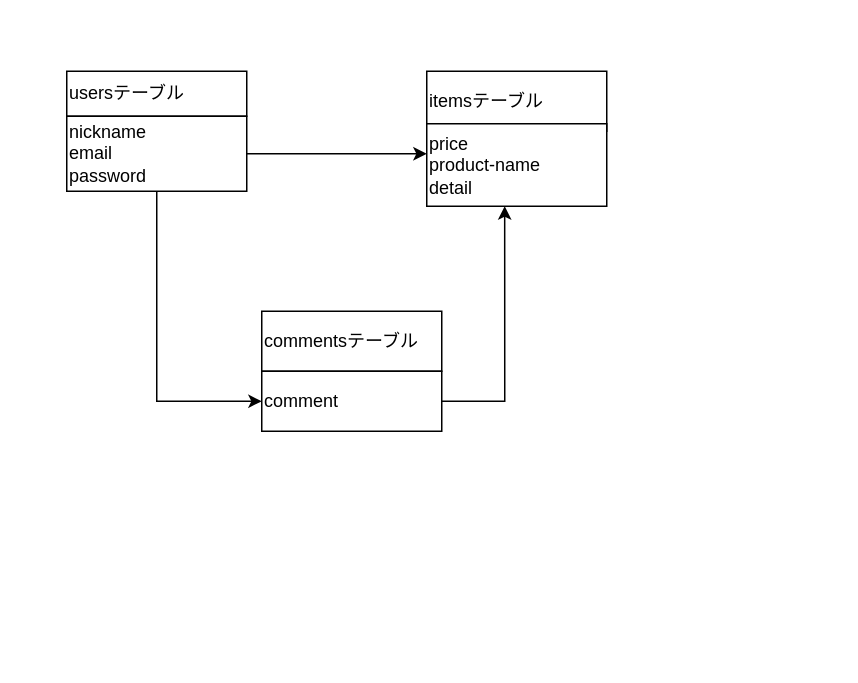
The draw.io diagram sekkei.dio in noguchi-takanori/furima-36054, before the edit. Source tidied: cells renumbered, new cells numbered last; positions are measured from the earlier drawing's top-left corner, leaving out a move shared by most shapes. Both pictures are drawn from the tidied source at 150%, with x=0, y=0 at pixel (66, 70).
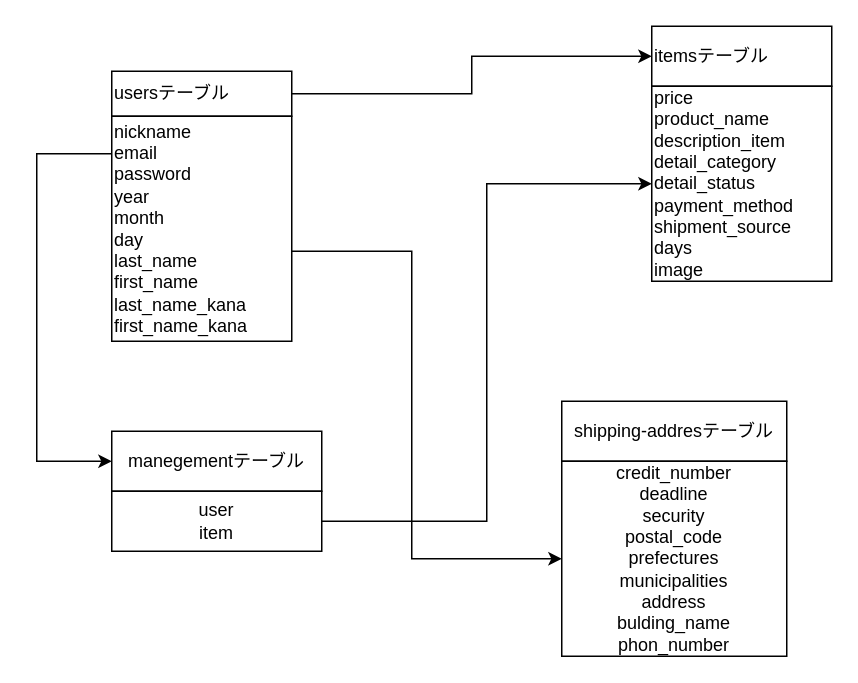
After the change.

Commit message (it also covers changes not shown here):
データベース設計の続き

The edit, as a diff of the source:
```diff
@@
 <mxGraphModel>
   <root>
     <mxCell id="0" />
     <mxCell id="1" parent="0" />
+    <mxCell id="11" style="edgeStyle=orthogonalEdgeStyle;rounded=0;jettySize=auto;html=1;exitX=1;exitY=0.5;exitDx=0;exitDy=0;entryX=0;entryY=0.5;entryDx=0;entryDy=0;" parent="1" edge="1" source="2" target="6">
+      <mxGeometry relative="1" as="geometry" />
+    </mxCell>
     <mxCell id="2" value="usersテーブル" style="rounded=0;whiteSpace=wrap;html=1;align=left;" parent="1" vertex="1">
-      <mxGeometry width="120" height="30" as="geometry" />
+      <mxGeometry x="30" width="120" height="30" as="geometry" />
     </mxCell>
-    <mxCell id="3" style="edgeStyle=orthogonalEdgeStyle;rounded=0;jettySize=auto;html=1;exitX=1;exitY=0.5;exitDx=0;exitDy=0;" parent="1" edge="1" source="5">
-      <mxGeometry relative="1" as="geometry">
-        <mxPoint x="240" y="55" as="targetPoint" />
-      </mxGeometry>
-    </mxCell>
-    <mxCell id="4" style="edgeStyle=orthogonalEdgeStyle;rounded=0;jettySize=auto;html=1;exitX=0.5;exitY=1;exitDx=0;exitDy=0;entryX=0;entryY=0.5;entryDx=0;entryDy=0;" parent="1" edge="1" source="5" target="10">
-      <mxGeometry relative="1" as="geometry" />
+    <mxCell id="4" style="edgeStyle=orthogonalEdgeStyle;rounded=0;jettySize=auto;html=1;entryX=0;entryY=0.5;entryDx=0;entryDy=0;exitX=0;exitY=0.5;exitDx=0;exitDy=0;" parent="1" edge="1" source="5" target="13">
+      <mxGeometry relative="1" as="geometry">
+        <Array as="points">
+          <mxPoint x="30" y="55" />
+          <mxPoint x="-20" y="55" />
+          <mxPoint x="-20" y="260" />
+        </Array>
+      </mxGeometry>
     </mxCell>
+    <mxCell id="12" style="edgeStyle=orthogonalEdgeStyle;rounded=0;jettySize=auto;html=1;exitX=0.5;exitY=1;exitDx=0;exitDy=0;entryX=0;entryY=0.5;entryDx=0;entryDy=0;" parent="1" edge="1" source="5" target="17">
+      <mxGeometry relative="1" as="geometry">
+        <Array as="points">
+          <mxPoint x="90" y="120" />
+          <mxPoint x="230" y="120" />
+          <mxPoint x="230" y="325" />
+        </Array>
+      </mxGeometry>
+    </mxCell>
-    <mxCell id="5" value="nickname&lt;br&gt;email&lt;br&gt;password" style="rounded=0;whiteSpace=wrap;html=1;align=left;" parent="1" vertex="1">
-      <mxGeometry y="30" width="120" height="50" as="geometry" />
+    <mxCell id="5" value="nickname&lt;br&gt;email&lt;br&gt;password&lt;br&gt;year&lt;br&gt;month&lt;br&gt;day&lt;br&gt;last_name&lt;br&gt;first_name&lt;br&gt;last_name_kana&lt;br&gt;first_name_kana" style="rounded=0;whiteSpace=wrap;html=1;align=left;" parent="1" vertex="1">
+      <mxGeometry x="30" y="30" width="120" height="150" as="geometry" />
     </mxCell>
     <mxCell id="6" value="itemsテーブル" style="rounded=0;whiteSpace=wrap;html=1;align=left;" parent="1" vertex="1">
-      <mxGeometry x="240" width="120" height="40" as="geometry" />
+      <mxGeometry x="390" y="-30" width="120" height="40" as="geometry" />
     </mxCell>
-    <mxCell id="7" value="price&lt;br&gt;product-name&lt;br&gt;detail" style="rounded=0;whiteSpace=wrap;html=1;align=left;" parent="1" vertex="1">
-      <mxGeometry x="240" y="35" width="120" height="55" as="geometry" />
+    <mxCell id="7" value="price&lt;br&gt;product_name&lt;br&gt;description_item&lt;br&gt;detail_category&lt;br&gt;detail_status&lt;br&gt;payment_method&lt;br&gt;shipment_source&lt;br&gt;days&lt;br&gt;image" style="rounded=0;whiteSpace=wrap;html=1;align=left;" parent="1" vertex="1">
+      <mxGeometry x="390" y="10" width="120" height="130" as="geometry" />
     </mxCell>
-    <mxCell id="8" value="commentsテーブル" style="rounded=0;whiteSpace=wrap;html=1;align=left;" parent="1" vertex="1">
-      <mxGeometry x="130" y="160" width="120" height="40" as="geometry" />
-    </mxCell>
-    <mxCell id="9" style="edgeStyle=orthogonalEdgeStyle;rounded=0;jettySize=auto;html=1;exitX=1;exitY=0.5;exitDx=0;exitDy=0;entryX=0.433;entryY=1;entryDx=0;entryDy=0;entryPerimeter=0;" parent="1" edge="1" source="10" target="7">
-      <mxGeometry relative="1" as="geometry" />
-    </mxCell>
-    <mxCell id="10" value="comment" style="rounded=0;whiteSpace=wrap;html=1;align=left;" parent="1" vertex="1">
-      <mxGeometry x="130" y="200" width="120" height="40" as="geometry" />
-    </mxCell>
+    <mxCell id="13" value="manegementテーブル" style="rounded=0;whiteSpace=wrap;html=1;" parent="1" vertex="1">
+      <mxGeometry x="30" y="240" width="140" height="40" as="geometry" />
+    </mxCell>
+    <mxCell id="14" style="edgeStyle=orthogonalEdgeStyle;rounded=0;jettySize=auto;html=1;exitX=1;exitY=0.5;exitDx=0;exitDy=0;entryX=0;entryY=0.5;entryDx=0;entryDy=0;" parent="1" edge="1" source="15" target="7">
+      <mxGeometry relative="1" as="geometry" />
+    </mxCell>
+    <mxCell id="15" value="user&lt;br&gt;item" style="rounded=0;whiteSpace=wrap;html=1;" parent="1" vertex="1">
+      <mxGeometry x="30" y="280" width="140" height="40" as="geometry" />
+    </mxCell>
+    <mxCell id="16" value="shipping-addresテーブル" style="rounded=0;whiteSpace=wrap;html=1;" parent="1" vertex="1">
+      <mxGeometry x="330" y="220" width="150" height="40" as="geometry" />
+    </mxCell>
+    <mxCell id="17" value="credit_number&lt;br&gt;deadline&lt;br&gt;security&lt;br&gt;postal_code&lt;br&gt;prefectures&lt;br&gt;municipalities&lt;br&gt;address&lt;br&gt;bulding_name&lt;br&gt;phon_number" style="rounded=0;whiteSpace=wrap;html=1;" parent="1" vertex="1">
+      <mxGeometry x="330" y="260" width="150" height="130" as="geometry" />
+    </mxCell>
   </root>
 </mxGraphModel>
```
